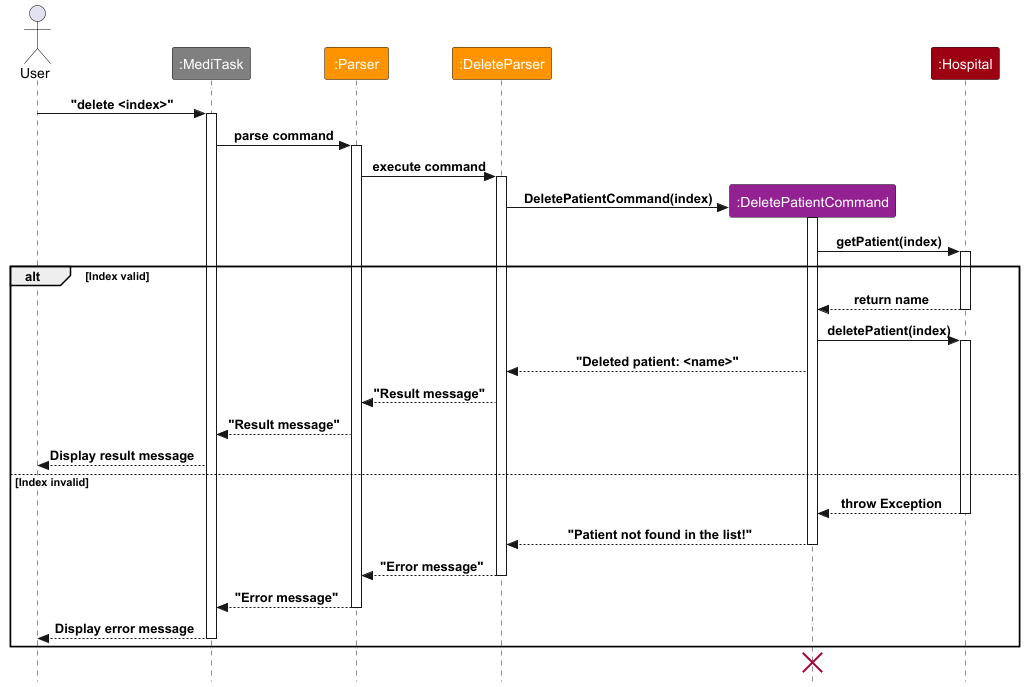
This is docs/images/DeletePatientSequenceDiagram.png from nus-cs2113-AY2425S1/tp, a PlantUML export, as it was before one commit.
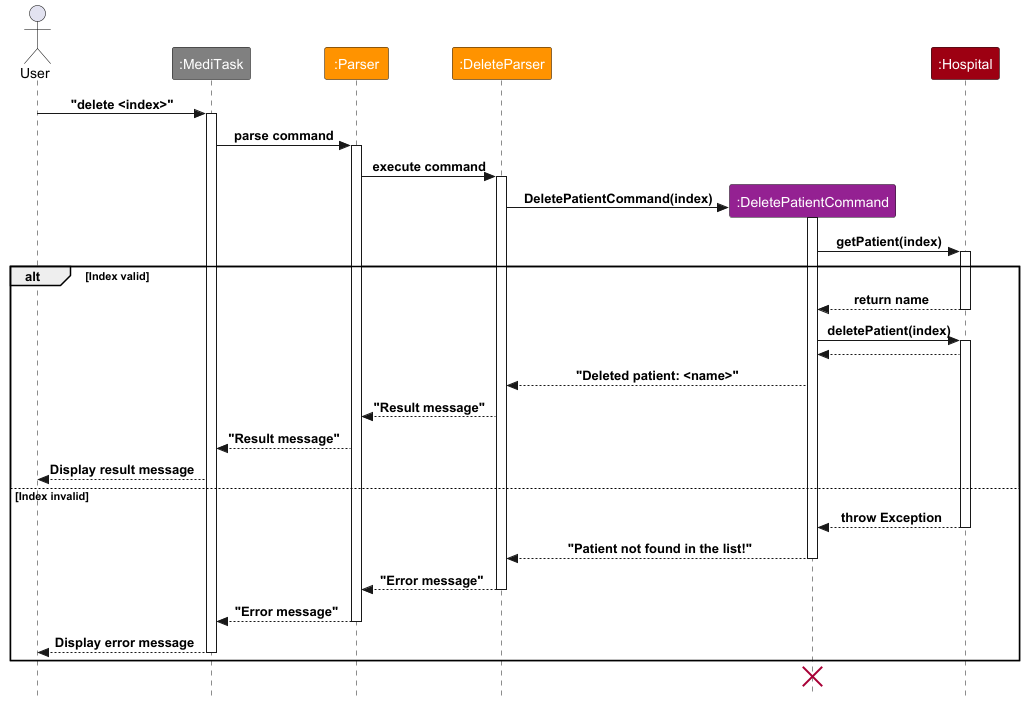
After the change.

Commit message:
Fix missing return arrow

Changes made:
* Add back "void" arrow

These changes will help in readibility and calrity for the user.

Change to the diagram source:
```diff
@@ -31,6 +31,7 @@
     deactivate Hospital
     DeletePatientCommand -> Hospital : deletePatient(index)
     activate Hospital
+    Hospital --> DeletePatientCommand
     DeletePatientCommand --> DeleteParser : "Deleted patient: <name>"
 
     DeleteParser --> Parser : "Result message"
```
